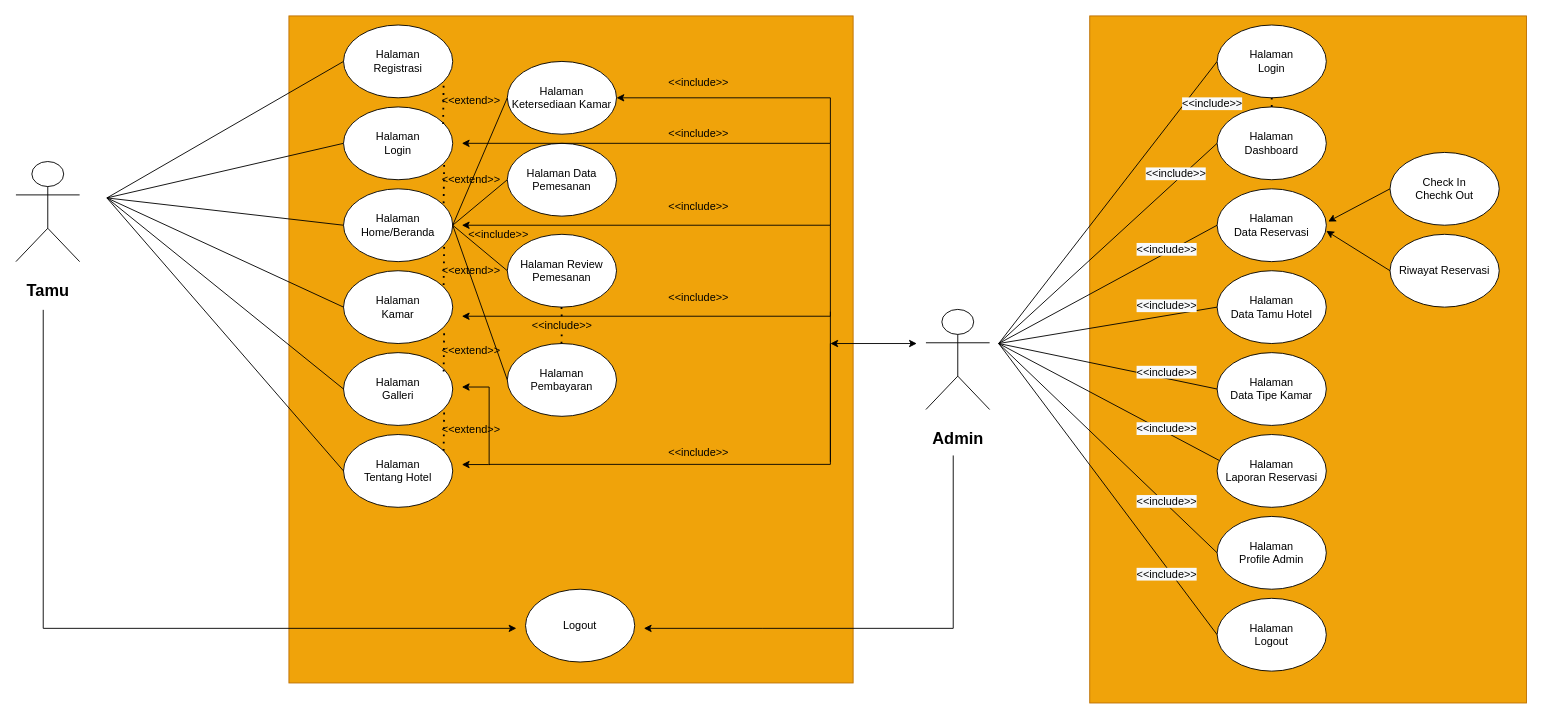
Before: MPA_TGS02_5190411571.drawio in WijayaHendy/http-purwandias.github.io, a draw.io diagram. Source tidied: cells renumbered, new cells numbered last; positions are measured from the earlier drawing's top-left corner, leaving out a move shared by most shapes. Both pictures are drawn from the tidied source at 91%, with x=0, y=0 at pixel (15, 15).
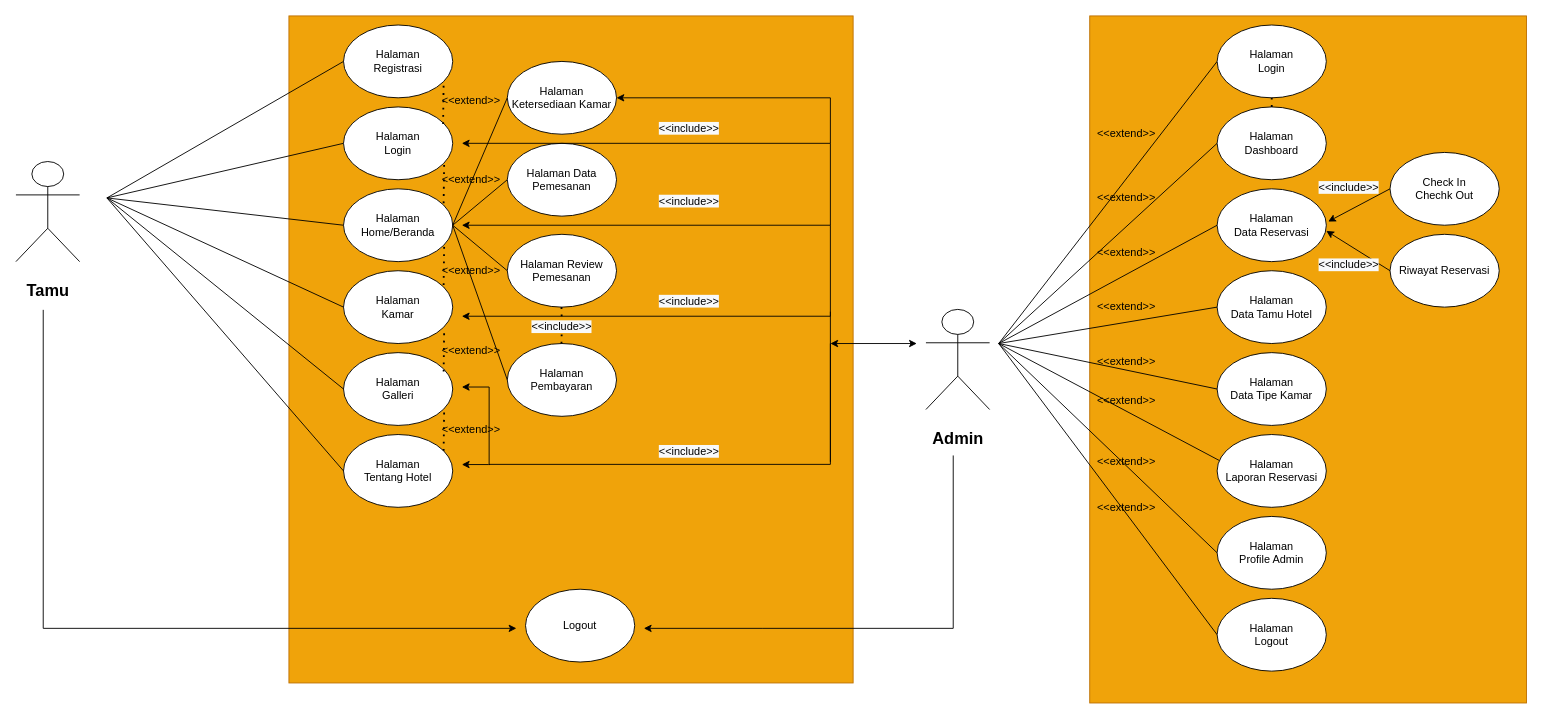
Above is the later version.

What changed in the source:
```diff
@@
-    <mxCell id="27" value="&amp;lt;&amp;lt;include&amp;gt;&amp;gt;" style="text;html=1;align=center;verticalAlign=middle;" parent="1" vertex="1">
-      <mxGeometry x="490" y="230" width="80" height="20" as="geometry" />
-    </mxCell>
-    <mxCell id="28" style="endArrow=none;dashed=1;html=1;dashPattern=1 3;strokeWidth=2;" parent="1" edge="1" source="29">
+    <mxCell id="28" style="endArrow=none;dashed=1;html=1;dashPattern=1 3;strokeWidth=2;" parent="1" edge="1">
       <mxGeometry relative="1" as="geometry">
+        <mxPoint x="599.7" y="330" as="sourcePoint" />
         <mxPoint x="599.5" y="320" as="targetPoint" />
       </mxGeometry>
     </mxCell>
-    <mxCell id="29" value="&amp;lt;&amp;lt;include&amp;gt;&amp;gt;" style="text;html=1;align=center;verticalAlign=middle;points=[];" parent="1" vertex="1">
-      <mxGeometry x="560" y="330" width="80" height="20" as="geometry" />
-    </mxCell>
-    <mxCell id="30" style="endArrow=none;dashed=1;html=1;dashPattern=1 3;strokeWidth=2;" parent="1" edge="1" target="29">
+    <mxCell id="30" style="endArrow=none;dashed=1;html=1;dashPattern=1 3;strokeWidth=2;" parent="1" edge="1">
       <mxGeometry relative="1" as="geometry">
         <mxPoint x="599.5" y="360" as="sourcePoint" />
+        <mxPoint x="599.7" y="350" as="targetPoint" />
       </mxGeometry>
     </mxCell>
@@
     <mxCell id="58" value="&lt;span style=&quot;color: rgb(0, 0, 0); font-family: helvetica; font-size: 12px; font-style: normal; font-weight: 400; letter-spacing: normal; text-align: center; text-indent: 0px; text-transform: none; word-spacing: 0px; background-color: rgb(248, 249, 250); display: inline; float: none;&quot;&gt;&amp;lt;&amp;lt;include&amp;gt;&amp;gt;&lt;/span&gt;" style="text;whiteSpace=wrap;html=1;" parent="1" vertex="1">
-      <mxGeometry x="1280" y="83" width="90" height="30" as="geometry" />
+      <mxGeometry x="1430" y="175" width="90" height="30" as="geometry" />
     </mxCell>
     <mxCell id="59" value="&lt;span style=&quot;color: rgb(0, 0, 0); font-family: helvetica; font-size: 12px; font-style: normal; font-weight: 400; letter-spacing: normal; text-align: center; text-indent: 0px; text-transform: none; word-spacing: 0px; background-color: rgb(248, 249, 250); display: inline; float: none;&quot;&gt;&amp;lt;&amp;lt;include&amp;gt;&amp;gt;&lt;/span&gt;" style="text;whiteSpace=wrap;html=1;" parent="1" vertex="1">
-      <mxGeometry x="1240" y="160" width="90" height="30" as="geometry" />
+      <mxGeometry x="1430" y="260" width="90" height="30" as="geometry" />
     </mxCell>
-    <mxCell id="60" value="&lt;span style=&quot;color: rgb(0, 0, 0); font-family: helvetica; font-size: 12px; font-style: normal; font-weight: 400; letter-spacing: normal; text-align: center; text-indent: 0px; text-transform: none; word-spacing: 0px; background-color: rgb(248, 249, 250); display: inline; float: none;&quot;&gt;&amp;lt;&amp;lt;include&amp;gt;&amp;gt;&lt;/span&gt;" style="text;whiteSpace=wrap;html=1;" parent="1" vertex="1">
-      <mxGeometry x="1230" y="243" width="90" height="30" as="geometry" />
-    </mxCell>
-    <mxCell id="61" value="&lt;span style=&quot;color: rgb(0, 0, 0); font-family: helvetica; font-size: 12px; font-style: normal; font-weight: 400; letter-spacing: normal; text-align: center; text-indent: 0px; text-transform: none; word-spacing: 0px; background-color: rgb(248, 249, 250); display: inline; float: none;&quot;&gt;&amp;lt;&amp;lt;include&amp;gt;&amp;gt;&lt;/span&gt;" style="text;whiteSpace=wrap;html=1;" parent="1" vertex="1">
-      <mxGeometry x="1230" y="305" width="90" height="30" as="geometry" />
-    </mxCell>
-    <mxCell id="62" value="&lt;span style=&quot;color: rgb(0, 0, 0); font-family: helvetica; font-size: 12px; font-style: normal; font-weight: 400; letter-spacing: normal; text-align: center; text-indent: 0px; text-transform: none; word-spacing: 0px; background-color: rgb(248, 249, 250); display: inline; float: none;&quot;&gt;&amp;lt;&amp;lt;include&amp;gt;&amp;gt;&lt;/span&gt;" style="text;whiteSpace=wrap;html=1;" parent="1" vertex="1">
-      <mxGeometry x="1230" y="378" width="90" height="30" as="geometry" />
-    </mxCell>
-    <mxCell id="63" value="&lt;span style=&quot;color: rgb(0, 0, 0); font-family: helvetica; font-size: 12px; font-style: normal; font-weight: 400; letter-spacing: normal; text-align: center; text-indent: 0px; text-transform: none; word-spacing: 0px; background-color: rgb(248, 249, 250); display: inline; float: none;&quot;&gt;&amp;lt;&amp;lt;include&amp;gt;&amp;gt;&lt;/span&gt;" style="text;whiteSpace=wrap;html=1;" parent="1" vertex="1">
-      <mxGeometry x="1230" y="440" width="90" height="30" as="geometry" />
-    </mxCell>
-    <mxCell id="64" value="&lt;span style=&quot;color: rgb(0, 0, 0); font-family: helvetica; font-size: 12px; font-style: normal; font-weight: 400; letter-spacing: normal; text-align: center; text-indent: 0px; text-transform: none; word-spacing: 0px; background-color: rgb(248, 249, 250); display: inline; float: none;&quot;&gt;&amp;lt;&amp;lt;include&amp;gt;&amp;gt;&lt;/span&gt;" style="text;whiteSpace=wrap;html=1;" parent="1" vertex="1">
-      <mxGeometry x="1230" y="520" width="90" height="30" as="geometry" />
-    </mxCell>
-    <mxCell id="65" value="&lt;span style=&quot;color: rgb(0, 0, 0); font-family: helvetica; font-size: 12px; font-style: normal; font-weight: 400; letter-spacing: normal; text-align: center; text-indent: 0px; text-transform: none; word-spacing: 0px; background-color: rgb(248, 249, 250); display: inline; float: none;&quot;&gt;&amp;lt;&amp;lt;include&amp;gt;&amp;gt;&lt;/span&gt;" style="text;whiteSpace=wrap;html=1;" parent="1" vertex="1">
-      <mxGeometry x="1230" y="600" width="90" height="30" as="geometry" />
-    </mxCell>
@@
-    <mxCell id="79" value="&amp;lt;&amp;lt;include&amp;gt;&amp;gt;" style="text;html=1;align=center;verticalAlign=middle;" parent="1" vertex="1">
-      <mxGeometry x="710" y="63" width="80" height="20" as="geometry" />
-    </mxCell>
-    <mxCell id="80" value="&amp;lt;&amp;lt;include&amp;gt;&amp;gt;" style="text;html=1;align=center;verticalAlign=middle;" parent="1" vertex="1">
-      <mxGeometry x="710" y="120" width="80" height="20" as="geometry" />
-    </mxCell>
-    <mxCell id="81" value="&amp;lt;&amp;lt;include&amp;gt;&amp;gt;" style="text;html=1;align=center;verticalAlign=middle;" parent="1" vertex="1">
-      <mxGeometry x="710" y="200" width="80" height="20" as="geometry" />
-    </mxCell>
-    <mxCell id="82" value="&amp;lt;&amp;lt;include&amp;gt;&amp;gt;" style="text;html=1;align=center;verticalAlign=middle;" parent="1" vertex="1">
-      <mxGeometry x="710" y="300" width="80" height="20" as="geometry" />
-    </mxCell>
-    <mxCell id="83" value="&amp;lt;&amp;lt;include&amp;gt;&amp;gt;" style="text;html=1;align=center;verticalAlign=middle;" parent="1" vertex="1">
-      <mxGeometry x="710" y="470" width="80" height="20" as="geometry" />
-    </mxCell>
+    <mxCell id="84" value="&amp;lt;&amp;lt;extend&amp;gt;&amp;gt;" style="text;html=1;align=center;verticalAlign=middle;" parent="1" vertex="1">
+      <mxGeometry x="1180" y="120" width="80" height="20" as="geometry" />
+    </mxCell>
+    <mxCell id="85" value="&amp;lt;&amp;lt;extend&amp;gt;&amp;gt;" style="text;html=1;align=center;verticalAlign=middle;" parent="1" vertex="1">
+      <mxGeometry x="1180" y="190" width="80" height="20" as="geometry" />
+    </mxCell>
+    <mxCell id="86" value="&amp;lt;&amp;lt;extend&amp;gt;&amp;gt;" style="text;html=1;align=center;verticalAlign=middle;" parent="1" vertex="1">
+      <mxGeometry x="1180" y="250" width="80" height="20" as="geometry" />
+    </mxCell>
+    <mxCell id="87" value="&amp;lt;&amp;lt;extend&amp;gt;&amp;gt;" style="text;html=1;align=center;verticalAlign=middle;" parent="1" vertex="1">
+      <mxGeometry x="1180" y="310" width="80" height="20" as="geometry" />
+    </mxCell>
+    <mxCell id="88" value="&amp;lt;&amp;lt;extend&amp;gt;&amp;gt;" style="text;html=1;align=center;verticalAlign=middle;" parent="1" vertex="1">
+      <mxGeometry x="1180" y="370" width="80" height="20" as="geometry" />
+    </mxCell>
+    <mxCell id="89" value="&amp;lt;&amp;lt;extend&amp;gt;&amp;gt;" style="text;html=1;align=center;verticalAlign=middle;" parent="1" vertex="1">
+      <mxGeometry x="1180" y="412.5" width="80" height="20" as="geometry" />
+    </mxCell>
+    <mxCell id="90" value="&amp;lt;&amp;lt;extend&amp;gt;&amp;gt;" style="text;html=1;align=center;verticalAlign=middle;" parent="1" vertex="1">
+      <mxGeometry x="1180" y="480" width="80" height="20" as="geometry" />
+    </mxCell>
+    <mxCell id="91" value="&amp;lt;&amp;lt;extend&amp;gt;&amp;gt;" style="text;html=1;align=center;verticalAlign=middle;" parent="1" vertex="1">
+      <mxGeometry x="1180" y="530" width="80" height="20" as="geometry" />
+    </mxCell>
+    <mxCell id="92" value="&lt;span style=&quot;color: rgb(0, 0, 0); font-family: helvetica; font-size: 12px; font-style: normal; font-weight: 400; letter-spacing: normal; text-align: center; text-indent: 0px; text-transform: none; word-spacing: 0px; background-color: rgb(248, 249, 250); display: inline; float: none;&quot;&gt;&amp;lt;&amp;lt;include&amp;gt;&amp;gt;&lt;/span&gt;" style="text;whiteSpace=wrap;html=1;" parent="1" vertex="1">
+      <mxGeometry x="705" y="465" width="90" height="30" as="geometry" />
+    </mxCell>
+    <mxCell id="93" value="&lt;span style=&quot;color: rgb(0, 0, 0); font-family: helvetica; font-size: 12px; font-style: normal; font-weight: 400; letter-spacing: normal; text-align: center; text-indent: 0px; text-transform: none; word-spacing: 0px; background-color: rgb(248, 249, 250); display: inline; float: none;&quot;&gt;&amp;lt;&amp;lt;include&amp;gt;&amp;gt;&lt;/span&gt;" style="text;whiteSpace=wrap;html=1;" parent="1" vertex="1">
+      <mxGeometry x="705" y="300" width="90" height="30" as="geometry" />
+    </mxCell>
+    <mxCell id="94" value="&lt;span style=&quot;color: rgb(0, 0, 0); font-family: helvetica; font-size: 12px; font-style: normal; font-weight: 400; letter-spacing: normal; text-align: center; text-indent: 0px; text-transform: none; word-spacing: 0px; background-color: rgb(248, 249, 250); display: inline; float: none;&quot;&gt;&amp;lt;&amp;lt;include&amp;gt;&amp;gt;&lt;/span&gt;" style="text;whiteSpace=wrap;html=1;" parent="1" vertex="1">
+      <mxGeometry x="565" y="328" width="90" height="30" as="geometry" />
+    </mxCell>
+    <mxCell id="95" value="&lt;span style=&quot;color: rgb(0, 0, 0); font-family: helvetica; font-size: 12px; font-style: normal; font-weight: 400; letter-spacing: normal; text-align: center; text-indent: 0px; text-transform: none; word-spacing: 0px; background-color: rgb(248, 249, 250); display: inline; float: none;&quot;&gt;&amp;lt;&amp;lt;include&amp;gt;&amp;gt;&lt;/span&gt;" style="text;whiteSpace=wrap;html=1;" parent="1" vertex="1">
+      <mxGeometry x="705" y="190" width="90" height="30" as="geometry" />
+    </mxCell>
+    <mxCell id="96" value="&lt;span style=&quot;color: rgb(0, 0, 0); font-family: helvetica; font-size: 12px; font-style: normal; font-weight: 400; letter-spacing: normal; text-align: center; text-indent: 0px; text-transform: none; word-spacing: 0px; background-color: rgb(248, 249, 250); display: inline; float: none;&quot;&gt;&amp;lt;&amp;lt;include&amp;gt;&amp;gt;&lt;/span&gt;" style="text;whiteSpace=wrap;html=1;" parent="1" vertex="1">
+      <mxGeometry x="705" y="110" width="90" height="30" as="geometry" />
+    </mxCell>
```
